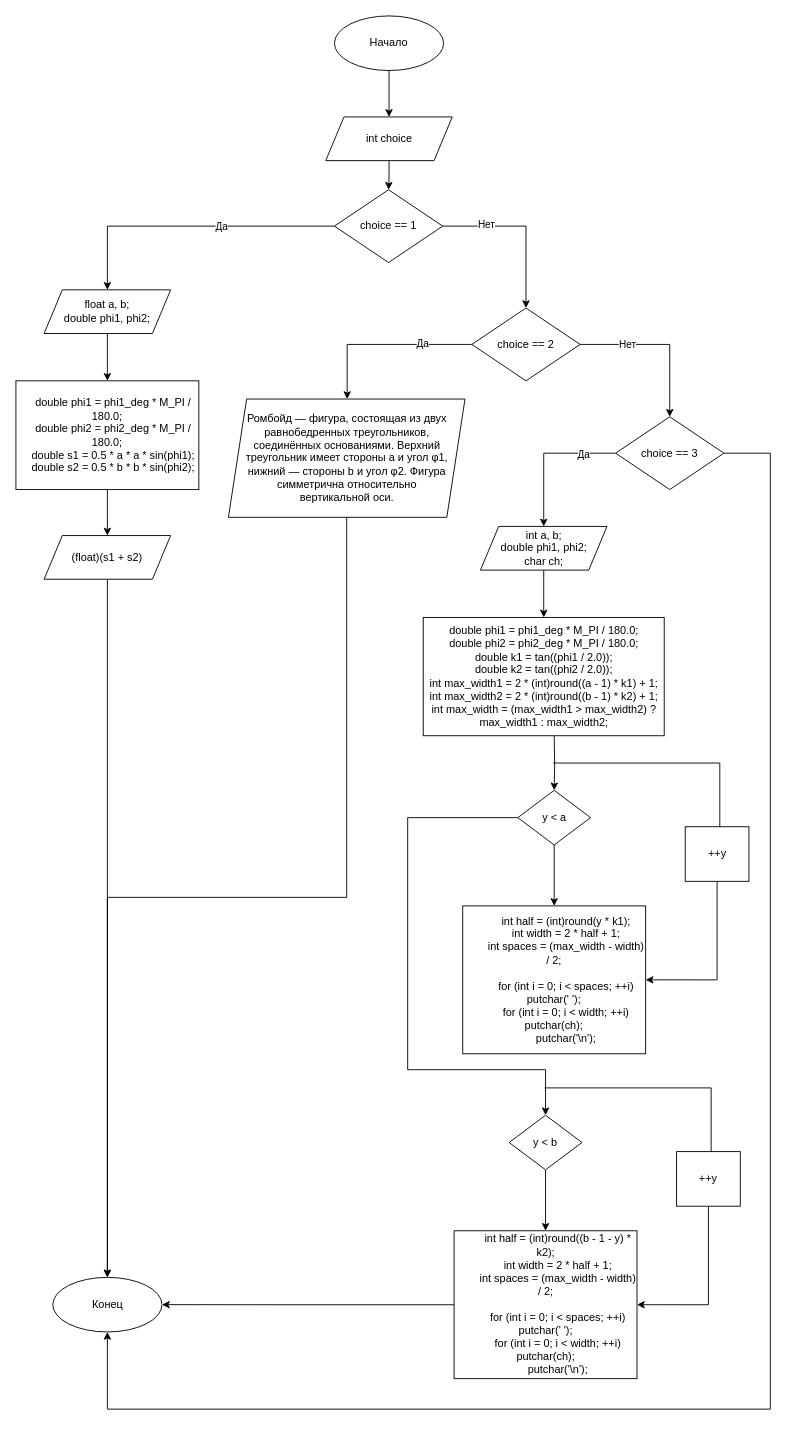
Before: schema.drawio in DragonSov/lab10_homework, a draw.io diagram. Source tidied: cells renumbered, new cells numbered last; positions are measured from the earlier drawing's top-left corner, leaving out a move shared by most shapes. Both pictures are drawn from the tidied source at 91%, with x=0, y=0 at pixel (15, 15).
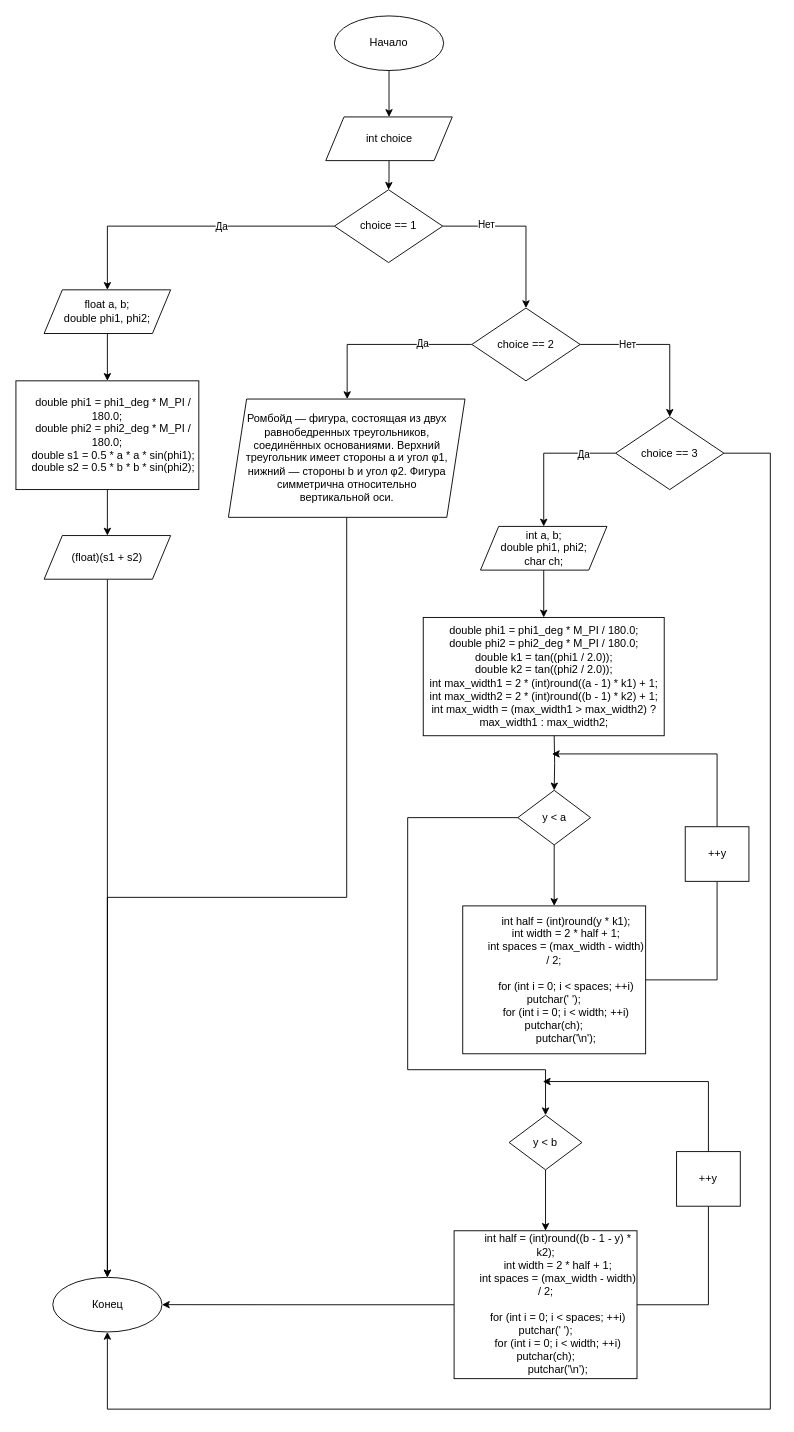
The same page after the edit.

The change refers to these unchanged cells:
```xml
<mxCell id="34" value="&amp;nbsp; &amp;nbsp; &amp;nbsp; &amp;nbsp; int half = (int)round(y * k1);&lt;br&gt;&amp;nbsp; &amp;nbsp; &amp;nbsp; &amp;nbsp; int width = 2 * half + 1;&lt;br&gt;&amp;nbsp; &amp;nbsp; &amp;nbsp; &amp;nbsp; int spaces = (max_width - width) / 2;&lt;br&gt;&lt;br&gt;&amp;nbsp; &amp;nbsp; &amp;nbsp; &amp;nbsp; for (int i = 0; i &amp;lt; spaces; ++i) putchar(' ');&lt;br&gt;&amp;nbsp; &amp;nbsp; &amp;nbsp; &amp;nbsp; for (int i = 0; i &amp;lt; width; ++i) putchar(ch);&lt;br&gt;&amp;nbsp; &amp;nbsp; &amp;nbsp; &amp;nbsp; putchar('\n');" style="rounded=0;whiteSpace=wrap;html=1;" parent="1" vertex="1">
  <mxGeometry x="491" y="978" width="201" height="162.5" as="geometry" />
</mxCell>
<mxCell id="36" value="++y" style="rounded=0;whiteSpace=wrap;html=1;" parent="1" vertex="1">
  <mxGeometry x="735.5" y="891" width="70" height="60" as="geometry" />
</mxCell>
<mxCell id="43" value="&amp;nbsp; &amp;nbsp; &amp;nbsp; &amp;nbsp; int half = (int)round((b - 1 - y) * k2);&lt;br&gt;&amp;nbsp; &amp;nbsp; &amp;nbsp; &amp;nbsp; int width = 2 * half + 1;&lt;br&gt;&amp;nbsp; &amp;nbsp; &amp;nbsp; &amp;nbsp; int spaces = (max_width - width) / 2;&lt;br&gt;&lt;br&gt;&amp;nbsp; &amp;nbsp; &amp;nbsp; &amp;nbsp; for (int i = 0; i &amp;lt; spaces; ++i) putchar(' ');&lt;br&gt;&amp;nbsp; &amp;nbsp; &amp;nbsp; &amp;nbsp; for (int i = 0; i &amp;lt; width; ++i) putchar(ch);&lt;br&gt;&amp;nbsp; &amp;nbsp; &amp;nbsp; &amp;nbsp; putchar('\n');" style="rounded=0;whiteSpace=wrap;html=1;" parent="1" vertex="1">
  <mxGeometry x="481.5" y="1335" width="201" height="162.5" as="geometry" />
</mxCell>
<mxCell id="45" value="++y" style="rounded=0;whiteSpace=wrap;html=1;" parent="1" vertex="1">
  <mxGeometry x="726" y="1248" width="70" height="60" as="geometry" />
</mxCell>
```

The edit, as a diff of the source:
```diff
@@
+    <mxCell id="47" style="edgeStyle=orthogonalEdgeStyle;rounded=0;jettySize=auto;html=1;entryX=0.5;entryY=1;entryDx=0;entryDy=0;endArrow=none;endFill=0;" parent="1" edge="1" source="34" target="36">
+      <mxGeometry relative="1" as="geometry" />
+    </mxCell>
@@
-    <mxCell id="35" style="edgeStyle=orthogonalEdgeStyle;rounded=0;jettySize=auto;html=1;entryX=1;entryY=0.5;entryDx=0;entryDy=0;" parent="1" edge="1" source="36" target="34">
-      <mxGeometry relative="1" as="geometry">
-        <Array as="points">
-          <mxPoint x="770.5" y="1059" />
-        </Array>
-      </mxGeometry>
-    </mxCell>
+    <mxCell id="48" style="edgeStyle=orthogonalEdgeStyle;rounded=0;jettySize=auto;html=1;" parent="1" edge="1" source="36">
+      <mxGeometry relative="1" as="geometry">
+        <mxPoint x="589" y="811" as="targetPoint" />
+        <Array as="points">
+          <mxPoint x="771" y="811" />
+        </Array>
+      </mxGeometry>
+    </mxCell>
@@
-    <mxCell id="37" style="endArrow=none;html=1;rounded=0;entryX=0.5;entryY=0;entryDx=0;entryDy=0;" parent="1" edge="1">
-      <mxGeometry relative="1" as="geometry">
-        <mxPoint x="590.5" y="821" as="sourcePoint" />
-        <mxPoint x="773.5" y="891" as="targetPoint" />
-        <Array as="points">
-          <mxPoint x="773.5" y="821" />
-        </Array>
-      </mxGeometry>
-    </mxCell>
@@
+    <mxCell id="49" style="edgeStyle=orthogonalEdgeStyle;rounded=0;jettySize=auto;html=1;endArrow=none;endFill=0;" parent="1" edge="1" source="43" target="45">
+      <mxGeometry relative="1" as="geometry" />
+    </mxCell>
@@
-    <mxCell id="44" style="edgeStyle=orthogonalEdgeStyle;rounded=0;jettySize=auto;html=1;entryX=1;entryY=0.5;entryDx=0;entryDy=0;" parent="1" edge="1" source="45" target="43">
-      <mxGeometry relative="1" as="geometry">
-        <Array as="points">
-          <mxPoint x="761" y="1416" />
-        </Array>
-      </mxGeometry>
-    </mxCell>
+    <mxCell id="50" style="edgeStyle=orthogonalEdgeStyle;rounded=0;jettySize=auto;html=1;" parent="1" edge="1" source="45">
+      <mxGeometry relative="1" as="geometry">
+        <mxPoint x="579" y="1171" as="targetPoint" />
+        <Array as="points">
+          <mxPoint x="761" y="1171" />
+        </Array>
+      </mxGeometry>
+    </mxCell>
@@
-    <mxCell id="46" style="endArrow=none;html=1;rounded=0;entryX=0.5;entryY=0;entryDx=0;entryDy=0;" parent="1" edge="1">
-      <mxGeometry relative="1" as="geometry">
-        <mxPoint x="581" y="1178" as="sourcePoint" />
-        <mxPoint x="764" y="1248" as="targetPoint" />
-        <Array as="points">
-          <mxPoint x="764" y="1178" />
-        </Array>
-      </mxGeometry>
-    </mxCell>
```
